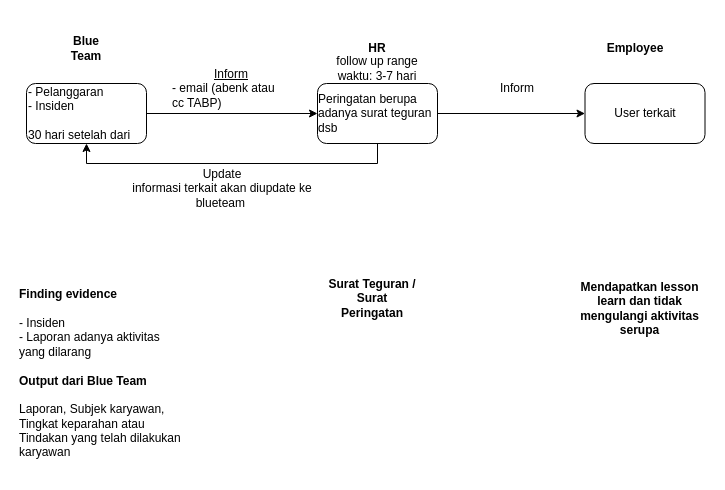
Above: Flow peringatan.drawio in tompilooo/Scenario-Drill-Test (draw.io), before the change. Source tidied: cells renumbered, new cells numbered last; positions are measured from the earlier drawing's top-left corner, leaving out a move shared by most shapes. Both pictures are drawn from the tidied source at 100%, with x=0, y=0 at pixel (17, 33).
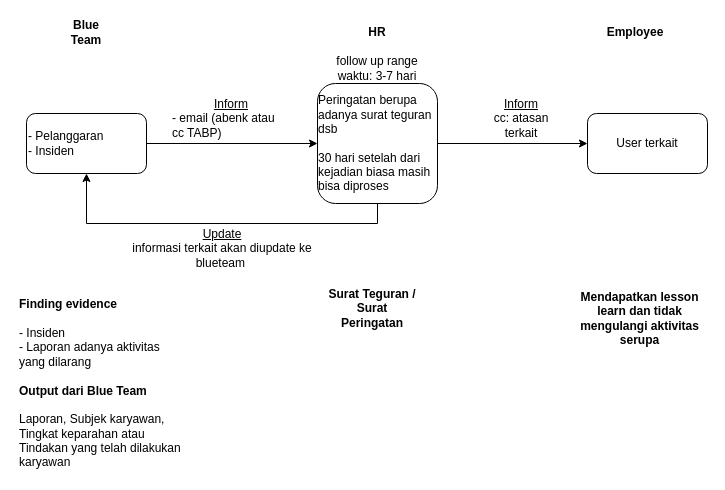
The same page after the edit.

Diff of the diagram source:
```diff
@@
 <mxGraphModel>
   <root>
     <mxCell id="0" />
     <mxCell id="1" parent="0" />
     <mxCell id="2" style="edgeStyle=orthogonalEdgeStyle;rounded=0;jettySize=auto;html=1;" parent="1" edge="1" source="3" target="6">
       <mxGeometry relative="1" as="geometry" />
     </mxCell>
-    <mxCell id="3" value="&lt;div style=&quot;&quot;&gt;- Pelanggaran&amp;nbsp;&lt;/div&gt;&lt;div style=&quot;&quot;&gt;- Insiden&amp;nbsp;&lt;/div&gt;&lt;div style=&quot;&quot;&gt;&lt;br&gt;&lt;/div&gt;&lt;div style=&quot;&quot;&gt;30 hari setelah dari&amp;nbsp;&lt;/div&gt;" style="rounded=1;whiteSpace=wrap;html=1;align=left;" parent="1" vertex="1">
-      <mxGeometry x="9" y="50" width="120" height="60" as="geometry" />
+    <mxCell id="3" value="&lt;div style=&quot;&quot;&gt;- Pelanggaran&amp;nbsp;&lt;/div&gt;&lt;div style=&quot;&quot;&gt;- Insiden&amp;nbsp;&lt;/div&gt;" style="rounded=1;whiteSpace=wrap;html=1;align=left;" parent="1" vertex="1">
+      <mxGeometry x="9" y="80" width="120" height="60" as="geometry" />
     </mxCell>
     <mxCell id="4" style="edgeStyle=orthogonalEdgeStyle;rounded=0;jettySize=auto;html=1;" parent="1" edge="1" source="6" target="7">
       <mxGeometry relative="1" as="geometry" />
     </mxCell>
     <mxCell id="5" style="edgeStyle=orthogonalEdgeStyle;rounded=0;jettySize=auto;html=1;exitX=0.5;exitY=1;exitDx=0;exitDy=0;entryX=0.5;entryY=1;entryDx=0;entryDy=0;" parent="1" edge="1" source="6" target="3">
       <mxGeometry relative="1" as="geometry" />
     </mxCell>
-    <mxCell id="6" value="&lt;div style=&quot;text-align: left;&quot;&gt;Peringatan berupa adanya surat teguran dsb&lt;/div&gt;" style="rounded=1;whiteSpace=wrap;html=1;" parent="1" vertex="1">
-      <mxGeometry x="300" y="50" width="120" height="60" as="geometry" />
+    <mxCell id="6" value="&lt;div style=&quot;text-align: left;&quot;&gt;Peringatan berupa adanya surat teguran dsb&lt;/div&gt;&lt;div style=&quot;text-align: left;&quot;&gt;&lt;br&gt;&lt;/div&gt;&lt;div style=&quot;text-align: left;&quot;&gt;30 hari setelah dari kejadian biasa masih bisa diproses&amp;nbsp;&lt;br&gt;&lt;/div&gt;" style="rounded=1;whiteSpace=wrap;html=1;" parent="1" vertex="1">
+      <mxGeometry x="300" y="50" width="120" height="120" as="geometry" />
     </mxCell>
     <mxCell id="7" value="&lt;div style=&quot;text-align: left;&quot;&gt;User terkait&lt;/div&gt;" style="rounded=1;whiteSpace=wrap;html=1;" parent="1" vertex="1">
-      <mxGeometry x="567.5" y="50" width="120" height="60" as="geometry" />
+      <mxGeometry x="570" y="80" width="120" height="60" as="geometry" />
     </mxCell>
     <mxCell id="8" value="&lt;b&gt;Finding evidence&lt;br&gt;&lt;/b&gt;&lt;br&gt;&lt;div style=&quot;&quot;&gt;- Insiden&amp;nbsp;&lt;/div&gt;&lt;div style=&quot;&quot;&gt;- Laporan adanya aktivitas yang dilarang&lt;/div&gt;&lt;div style=&quot;&quot;&gt;&lt;br&gt;&lt;/div&gt;&lt;div style=&quot;&quot;&gt;&lt;b&gt;Output dari Blue Team&lt;/b&gt;&lt;/div&gt;&lt;div style=&quot;&quot;&gt;&lt;br&gt;&lt;/div&gt;&lt;div style=&quot;&quot;&gt;Laporan, Subjek karyawan, Tingkat keparahan atau Tindakan yang telah dilakukan karyawan&lt;/div&gt;" style="text;html=1;strokeColor=none;fillColor=none;align=left;verticalAlign=middle;whiteSpace=wrap;rounded=0;" parent="1" vertex="1">
-      <mxGeometry y="250" width="169" height="180" as="geometry" />
+      <mxGeometry y="260" width="169" height="180" as="geometry" />
     </mxCell>
     <mxCell id="9" value="Blue Team" style="text;html=1;strokeColor=none;fillColor=none;align=center;verticalAlign=middle;whiteSpace=wrap;rounded=0;fontStyle=1;" parent="1" vertex="1">
-      <mxGeometry x="39" width="60" height="30" as="geometry" />
+      <mxGeometry x="39" y="-16" width="60" height="30" as="geometry" />
     </mxCell>
     <mxCell id="10" value="HR" style="text;html=1;strokeColor=none;fillColor=none;align=center;verticalAlign=middle;whiteSpace=wrap;rounded=0;fontStyle=1;" parent="1" vertex="1">
-      <mxGeometry x="330" width="60" height="30" as="geometry" />
+      <mxGeometry x="330" y="-16" width="60" height="30" as="geometry" />
     </mxCell>
     <mxCell id="11" value="Employee" style="text;html=1;strokeColor=none;fillColor=none;align=center;verticalAlign=middle;whiteSpace=wrap;rounded=0;fontStyle=1;" parent="1" vertex="1">
-      <mxGeometry x="587.5" width="60" height="30" as="geometry" />
+      <mxGeometry x="587.5" y="-16" width="60" height="30" as="geometry" />
     </mxCell>
     <mxCell id="12" value="Surat Teguran / Surat Peringatan" style="text;html=1;strokeColor=none;fillColor=none;align=center;verticalAlign=middle;whiteSpace=wrap;rounded=0;fontStyle=1;" parent="1" vertex="1">
-      <mxGeometry x="310" y="250" width="90" height="30" as="geometry" />
+      <mxGeometry x="310" y="260" width="90" height="30" as="geometry" />
     </mxCell>
     <mxCell id="13" value="Mendapatkan lesson learn dan tidak mengulangi aktivitas serupa" style="text;html=1;strokeColor=none;fillColor=none;align=center;verticalAlign=middle;whiteSpace=wrap;rounded=0;fontStyle=1;" parent="1" vertex="1">
-      <mxGeometry x="555" y="250" width="135" height="50" as="geometry" />
+      <mxGeometry x="555" y="260" width="135" height="50" as="geometry" />
     </mxCell>
     <mxCell id="14" value="&lt;u&gt;Inform&lt;/u&gt;&lt;br&gt;&lt;div style=&quot;text-align: left;&quot;&gt;- email (abenk atau cc TABP)&lt;/div&gt;" style="text;html=1;strokeColor=none;fillColor=none;align=center;verticalAlign=middle;whiteSpace=wrap;rounded=0;" parent="1" vertex="1">
-      <mxGeometry x="154" y="40" width="120" height="30" as="geometry" />
+      <mxGeometry x="154" y="70" width="120" height="30" as="geometry" />
     </mxCell>
-    <mxCell id="15" value="Inform" style="text;html=1;strokeColor=none;fillColor=none;align=center;verticalAlign=middle;whiteSpace=wrap;rounded=0;" parent="1" vertex="1">
-      <mxGeometry x="470" y="40" width="60" height="30" as="geometry" />
+    <mxCell id="15" value="&lt;u&gt;Inform&lt;/u&gt;&lt;br&gt;cc: atasan terkait" style="text;html=1;strokeColor=none;fillColor=none;align=center;verticalAlign=middle;whiteSpace=wrap;rounded=0;" parent="1" vertex="1">
+      <mxGeometry x="474" y="70" width="60" height="30" as="geometry" />
     </mxCell>
     <mxCell id="16" value="follow up range waktu: 3-7 hari" style="text;html=1;strokeColor=none;fillColor=none;align=center;verticalAlign=middle;whiteSpace=wrap;rounded=0;" parent="1" vertex="1">
       <mxGeometry x="300" y="20" width="120" height="30" as="geometry" />
     </mxCell>
-    <mxCell id="17" value="Update&lt;br&gt;informasi terkait akan diupdate ke blueteam&amp;nbsp;" style="text;html=1;strokeColor=none;fillColor=none;align=center;verticalAlign=middle;whiteSpace=wrap;rounded=0;" parent="1" vertex="1">
-      <mxGeometry x="110" y="140" width="190" height="30" as="geometry" />
+    <mxCell id="17" value="&lt;u&gt;Update&lt;/u&gt;&lt;br&gt;informasi terkait akan diupdate ke blueteam&amp;nbsp;" style="text;html=1;strokeColor=none;fillColor=none;align=center;verticalAlign=middle;whiteSpace=wrap;rounded=0;" parent="1" vertex="1">
+      <mxGeometry x="110" y="200" width="190" height="30" as="geometry" />
     </mxCell>
   </root>
 </mxGraphModel>
```
